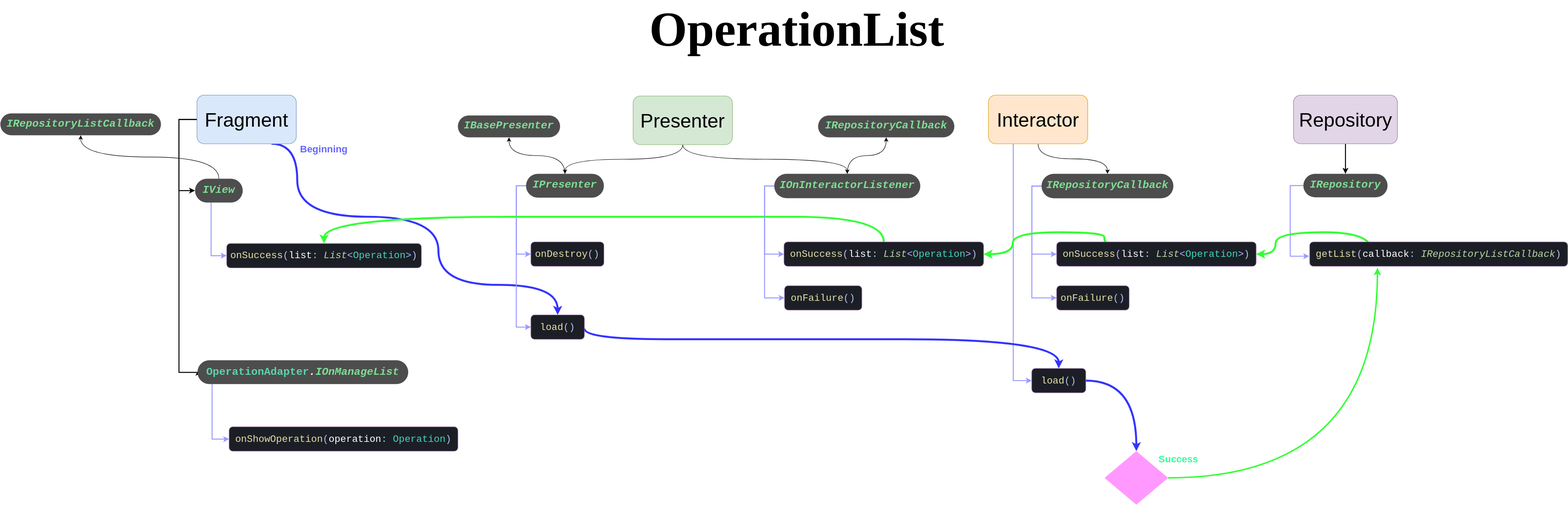
The draw.io diagram MVP OperationList Scheme.svg in ElianFabian/android-mvp-calculator, before a commit. Source tidied: cells renumbered, new cells last; positions are measured from the earlier drawing's top-left corner, leaving out a move shared by most shapes.
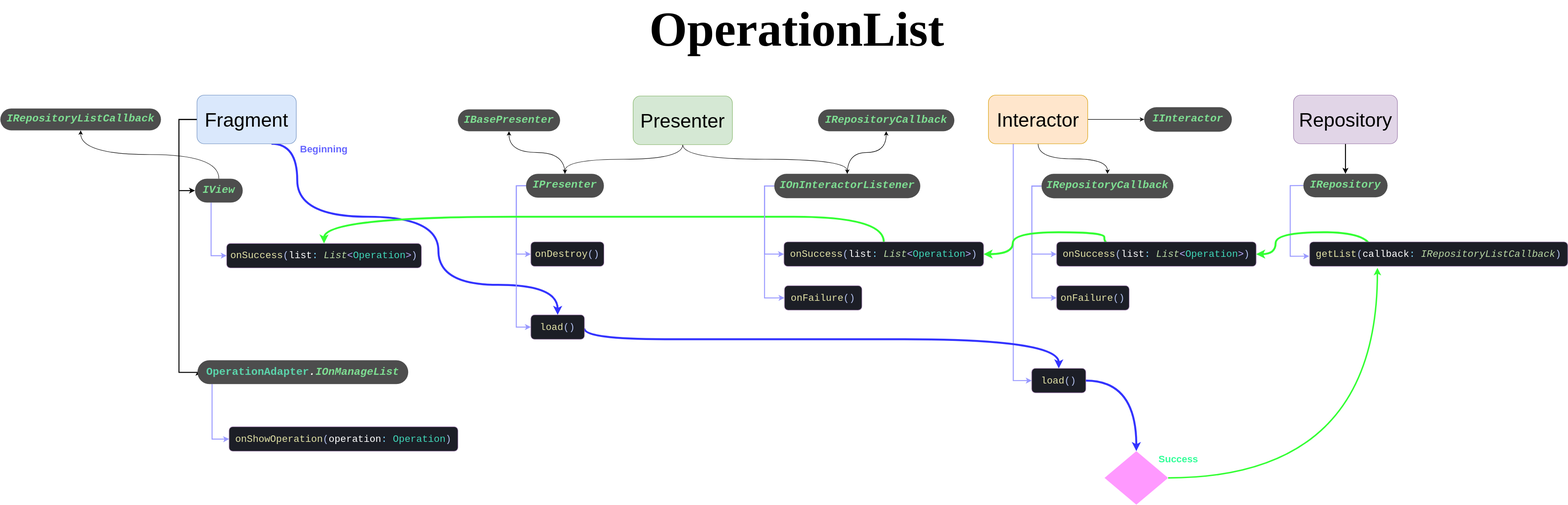
After the commit.

The edit, as a diff of the source:
```diff
@@ -58,7 +58,7 @@
       <mxGeometry relative="1" as="geometry" />
     </mxCell>
     <mxCell id="15" value="&lt;pre style=&quot;font-family: &amp;quot;jetbrains mono&amp;quot;, monospace; font-size: 22px;&quot;&gt;&lt;span style=&quot;font-style: italic; font-size: 22px;&quot;&gt;&lt;span style=&quot;font-size: 22px;&quot;&gt;&lt;font style=&quot;font-size: 22px;&quot;&gt;IBasePresenter&lt;/font&gt;&lt;/span&gt;&lt;/span&gt;&lt;/pre&gt;" style="rounded=1;whiteSpace=wrap;html=1;strokeWidth=1;arcSize=50;fontSize=22;fontColor=#7EDE92;fontStyle=1;strokeColor=none;fillColor=#4D4D4D;" parent="1" vertex="1">
-      <mxGeometry x="940" y="206.8" width="210" height="45" as="geometry" />
+      <mxGeometry x="940" y="194.3" width="210" height="45" as="geometry" />
     </mxCell>
     <mxCell id="16" value="&lt;pre style=&quot;font-family: &amp;quot;jetbrains mono&amp;quot;, monospace; font-size: 20px;&quot;&gt;&lt;pre style=&quot;background-color: rgb(28, 30, 38); color: rgb(182, 196, 242); font-family: &amp;quot;jetbrains mono&amp;quot;, monospace; font-size: 20px;&quot;&gt;&lt;pre style=&quot;font-family: &amp;quot;jetbrains mono&amp;quot;, monospace; font-size: 20px;&quot;&gt;&lt;span style=&quot;color: rgb(225, 225, 165); font-size: 20px;&quot;&gt;onDestroy&lt;/span&gt;&lt;span style=&quot;color: rgb(180, 194, 240); font-size: 20px;&quot;&gt;()&lt;/span&gt;&lt;/pre&gt;&lt;/pre&gt;&lt;/pre&gt;" style="rounded=1;whiteSpace=wrap;html=1;strokeColor=#9673a6;shadow=0;sketch=0;glass=0;fillColor=#1c1e26;fontSize=20;" parent="1" vertex="1">
       <mxGeometry x="1090" y="466.8" width="150" height="50" as="geometry" />
@@ -89,7 +89,7 @@
       <mxGeometry x="1611" y="556.8" width="159" height="50" as="geometry" />
     </mxCell>
     <mxCell id="22" value="&lt;pre style=&quot;font-family: &amp;quot;jetbrains mono&amp;quot;, monospace; font-size: 22px;&quot;&gt;&lt;span style=&quot;font-style: italic; font-size: 22px;&quot;&gt;&lt;span style=&quot;font-size: 22px;&quot;&gt;&lt;font style=&quot;font-size: 22px;&quot;&gt;IRepositoryCallback&lt;/font&gt;&lt;/span&gt;&lt;/span&gt;&lt;/pre&gt;" style="rounded=1;whiteSpace=wrap;html=1;strokeWidth=1;arcSize=50;fontSize=22;fontColor=#7EDE92;fontStyle=1;strokeColor=none;fillColor=#4D4D4D;" parent="1" vertex="1">
-      <mxGeometry x="1680" y="206.8" width="280" height="45" as="geometry" />
+      <mxGeometry x="1680" y="194.3" width="280" height="45" as="geometry" />
     </mxCell>
     <mxCell id="23" value="&lt;pre style=&quot;font-family: &amp;quot;jetbrains mono&amp;quot;, monospace; font-size: 22px;&quot;&gt;&lt;span style=&quot;font-style: italic; font-size: 22px;&quot;&gt;&lt;span style=&quot;font-size: 22px;&quot;&gt;&lt;font style=&quot;font-size: 22px;&quot;&gt;IPresenter&lt;/font&gt;&lt;/span&gt;&lt;/span&gt;&lt;/pre&gt;" style="rounded=1;whiteSpace=wrap;html=1;strokeWidth=1;arcSize=50;fontSize=22;fontColor=#7EDE92;fontStyle=1;strokeColor=none;fillColor=#4D4D4D;" parent="1" vertex="1">
       <mxGeometry x="1080" y="326.8" width="160" height="49" as="geometry" />
@@ -125,7 +125,7 @@
       <mxGeometry x="2170.1" y="556.8" width="149" height="50" as="geometry" />
     </mxCell>
     <mxCell id="32" value="&lt;pre style=&quot;font-family: &amp;#34;jetbrains mono&amp;#34; , monospace ; font-size: 22px&quot;&gt;&lt;span style=&quot;font-style: italic ; font-size: 22px&quot;&gt;&lt;span style=&quot;font-size: 22px&quot;&gt;&lt;font style=&quot;font-size: 22px&quot; color=&quot;#7ede92&quot;&gt;IRepositoryListCallback&lt;/font&gt;&lt;/span&gt;&lt;/span&gt;&lt;/pre&gt;" style="rounded=1;whiteSpace=wrap;html=1;strokeWidth=1;arcSize=50;fontSize=22;fontColor=#8CC985;fontStyle=1;strokeColor=none;fillColor=#4D4D4D;" parent="1" vertex="1">
-      <mxGeometry y="202.5" width="330" height="45" as="geometry" />
+      <mxGeometry y="192.5" width="330" height="45" as="geometry" />
     </mxCell>
     <mxCell id="33" value="&lt;pre style=&quot;font-family: &amp;quot;jetbrains mono&amp;quot;, monospace; font-size: 22px;&quot;&gt;&lt;span style=&quot;font-style: italic; font-size: 22px;&quot;&gt;&lt;span style=&quot;font-size: 22px;&quot;&gt;&lt;font style=&quot;font-size: 22px;&quot;&gt;IRepositoryCallback&lt;/font&gt;&lt;/span&gt;&lt;/span&gt;&lt;/pre&gt;" style="rounded=1;whiteSpace=wrap;html=1;strokeWidth=1;arcSize=50;fontSize=22;fontColor=#7EDE92;fontStyle=1;strokeColor=none;fillColor=#4D4D4D;" parent="1" vertex="1">
       <mxGeometry x="2139.1" y="326.8" width="270.9" height="50.2" as="geometry" />
@@ -194,6 +194,9 @@
     <mxCell id="46" value="&lt;pre&gt;&lt;font style=&quot;font-size: 40px&quot; face=&quot;Helvetica&quot;&gt;Presenter&lt;/font&gt;&lt;/pre&gt;" style="rounded=1;whiteSpace=wrap;html=1;fillColor=#d5e8d4;strokeColor=#82b366;" parent="1" vertex="1">
       <mxGeometry x="1300" y="166.8" width="204" height="100" as="geometry" />
     </mxCell>
+    <mxCell id="56" style="edgeStyle=orthogonalEdgeStyle;rounded=0;jettySize=auto;html=1;entryX=0;entryY=0.5;entryDx=0;entryDy=0;" parent="1" edge="1" source="47" target="57">
+      <mxGeometry relative="1" as="geometry" />
+    </mxCell>
     <mxCell id="47" value="&lt;pre&gt;&lt;font style=&quot;font-size: 40px&quot; face=&quot;Helvetica&quot;&gt;Interactor&lt;/font&gt;&lt;/pre&gt;" style="rounded=1;whiteSpace=wrap;html=1;fillColor=#ffe6cc;strokeColor=#d79b00;" parent="1" vertex="1">
       <mxGeometry x="2030" y="165" width="204" height="100" as="geometry" />
     </mxCell>
@@ -226,5 +229,8 @@
     <mxCell id="55" value="&lt;pre style=&quot;font-family: &amp;#34;jetbrains mono&amp;#34; , monospace&quot;&gt;&lt;pre style=&quot;background-color: #1c1e26 ; color: #b6c4f2 ; font-family: &amp;#34;jetbrains mono&amp;#34; , monospace ; font-size: 8 3pt&quot;&gt;&lt;pre style=&quot;font-family: &amp;#34;jetbrains mono&amp;#34; , monospace ; font-size: 20px&quot;&gt;&lt;pre style=&quot;font-family: &amp;#34;jetbrains mono&amp;#34; , monospace&quot;&gt;&lt;pre style=&quot;font-family: &amp;#34;jetbrains mono&amp;#34; , monospace&quot;&gt;&lt;pre style=&quot;font-family: &amp;#34;jetbrains mono&amp;#34; , monospace&quot;&gt;&lt;span style=&quot;color: #e1e1a5&quot;&gt;onShowOperation&lt;/span&gt;&lt;span style=&quot;color: #b4c2f0&quot;&gt;(&lt;/span&gt;&lt;span style=&quot;color: #ffffff&quot;&gt;operation&lt;/span&gt;&lt;span style=&quot;color: #7fdaff&quot;&gt;: &lt;/span&gt;&lt;span style=&quot;color: #40d6b8&quot;&gt;Operation&lt;/span&gt;&lt;span style=&quot;color: #b4c2f0&quot;&gt;)&lt;/span&gt;&lt;/pre&gt;&lt;/pre&gt;&lt;/pre&gt;&lt;/pre&gt;&lt;/pre&gt;&lt;/pre&gt;" style="rounded=1;whiteSpace=wrap;html=1;strokeColor=#9673a6;shadow=0;sketch=0;glass=0;fillColor=#1c1e26;" parent="1" vertex="1">
       <mxGeometry x="470" y="846.8" width="470" height="50" as="geometry" />
     </mxCell>
+    <mxCell id="57" value="&lt;pre style=&quot;font-family: &amp;#34;jetbrains mono&amp;#34; , monospace ; font-size: 22px&quot;&gt;&lt;span style=&quot;font-style: italic ; font-size: 22px&quot;&gt;&lt;span style=&quot;font-size: 22px&quot;&gt;&lt;font style=&quot;font-size: 22px&quot;&gt;IInteractor&lt;/font&gt;&lt;/span&gt;&lt;/span&gt;&lt;/pre&gt;" style="rounded=1;whiteSpace=wrap;html=1;strokeWidth=1;arcSize=50;fontSize=22;fontColor=#7EDE92;fontStyle=1;strokeColor=none;fillColor=#4D4D4D;" parent="1" vertex="1">
+      <mxGeometry x="2350" y="189.9" width="180" height="50.2" as="geometry" />
+    </mxCell>
   </root>
 </mxGraphModel>
```
